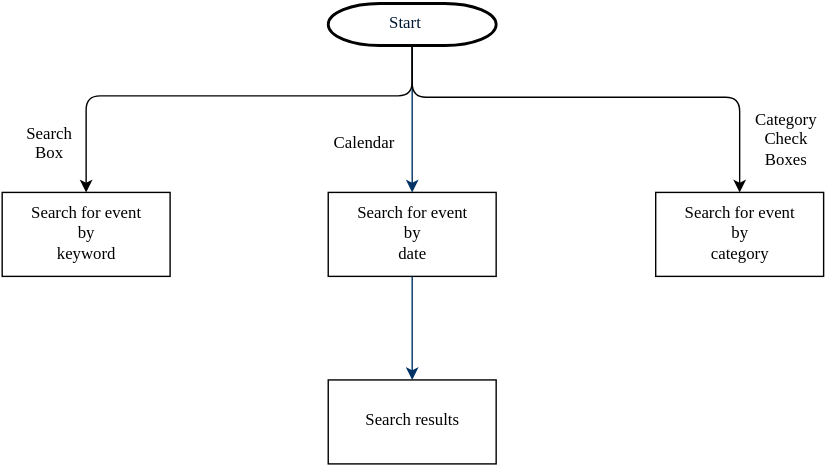
gwells4/data-design-craigslist-events keeps this draw.io diagram as public_html/img/data-design-craigslist-events-user-interaction-flow.svg. Above is the earlier version. Source tidied: cells renumbered, new cells last; positions are measured from the earlier drawing's top-left corner, leaving out a move shared by most shapes.
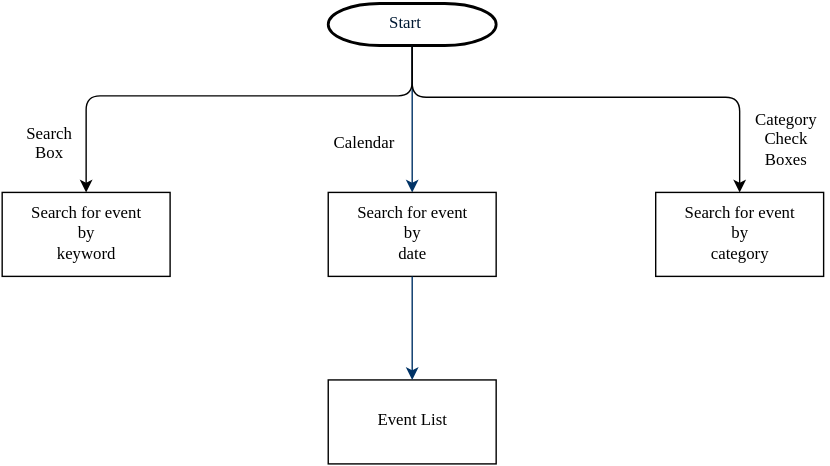
The same file after the commit.

Commit message:
Modified interaction flow.

Change to the diagram source:
```diff
@@ -42,7 +42,7 @@
         </Array>
       </mxGeometry>
     </mxCell>
-    <mxCell id="12" value="Search results&lt;br&gt;" style="whiteSpace=wrap;html=1;fontFamily=Verdana;" parent="1" vertex="1">
+    <mxCell id="12" value="Event List&lt;br&gt;" style="whiteSpace=wrap;html=1;fontFamily=Verdana;" parent="1" vertex="1">
       <mxGeometry x="233" y="269" width="120" height="60" as="geometry" />
     </mxCell>
     <mxCell id="13" style="fontColor=#001933;fontStyle=1;strokeColor=#003366;strokeWidth=1;entryX=0.5;entryY=0;exitX=0.5;exitY=1;html=1;fontFamily=Verdana;" parent="1" edge="1" source="5" target="12">
```
